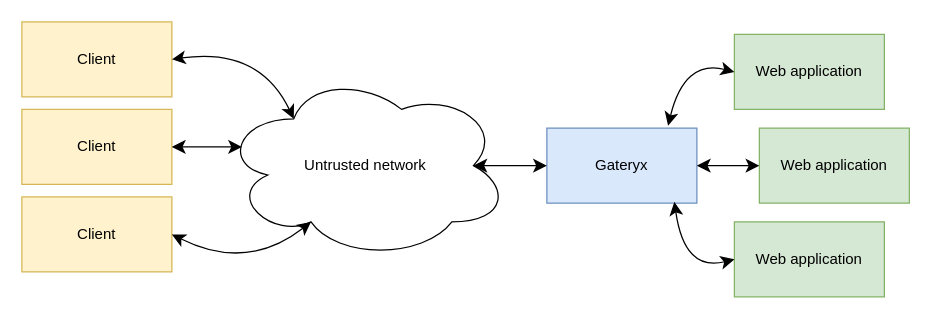
Before: gateryx/images/schema.drawio in alttch/bma-info, a draw.io diagram. Source tidied: cells renumbered, new cells numbered last; positions are measured from the earlier drawing's top-left corner, leaving out a move shared by most shapes. Both pictures are drawn from the tidied source at 125%, with x=0, y=0 at pixel (21, 21).
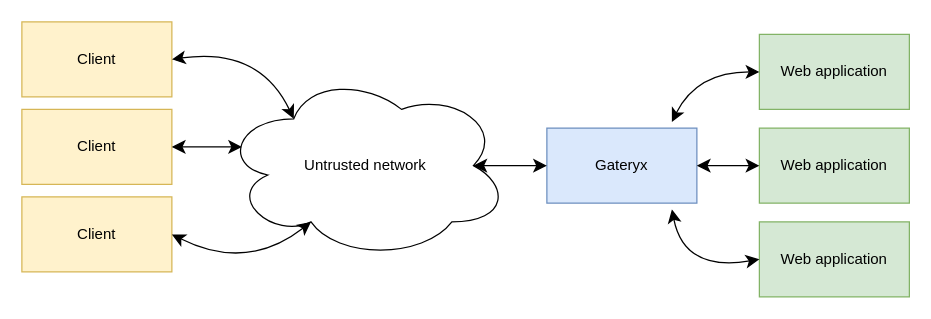
Above is the later version.

The change refers to these unchanged cells:
```xml
<mxCell id="9" value="Gateryx" style="rounded=0;whiteSpace=wrap;html=1;fillColor=#dae8fc;strokeColor=#6c8ebf;" parent="1" vertex="1">
  <mxGeometry x="420" y="85" width="120" height="60" as="geometry" />
</mxCell>
```

Diff of the diagram source:
```diff
@@
     <mxCell id="10" value="Web application" style="rounded=0;whiteSpace=wrap;html=1;fillColor=#d5e8d4;strokeColor=#82b366;" parent="1" vertex="1">
-      <mxGeometry x="570" y="10" width="120" height="60" as="geometry" />
+      <mxGeometry x="590" y="10" width="120" height="60" as="geometry" />
     </mxCell>
@@
     <mxCell id="12" value="Web application" style="rounded=0;whiteSpace=wrap;html=1;fillColor=#d5e8d4;strokeColor=#82b366;" parent="1" vertex="1">
-      <mxGeometry x="570" y="160" width="120" height="60" as="geometry" />
+      <mxGeometry x="590" y="160" width="120" height="60" as="geometry" />
     </mxCell>
@@
-    <mxCell id="14" style="endArrow=classic;startArrow=classic;html=1;rounded=0;fontSize=12;startSize=8;endSize=8;curved=1;entryX=0;entryY=0.5;entryDx=0;entryDy=0;exitX=0.808;exitY=-0.033;exitDx=0;exitDy=0;exitPerimeter=0;" parent="1" edge="1" source="9" target="10">
+    <mxCell id="14" style="endArrow=classic;startArrow=classic;html=1;rounded=0;fontSize=12;startSize=8;endSize=8;curved=1;entryX=0;entryY=0.5;entryDx=0;entryDy=0;" parent="1" edge="1" target="10">
       <mxGeometry relative="1" as="geometry">
+        <mxPoint x="520" y="80" as="sourcePoint" />
         <Array as="points">
-          <mxPoint x="530" y="30" />
+          <mxPoint x="540" y="40" />
         </Array>
       </mxGeometry>
     </mxCell>
@@
-    <mxCell id="16" style="endArrow=classic;startArrow=classic;html=1;rounded=0;fontSize=12;startSize=8;endSize=8;curved=1;entryX=0;entryY=0.5;entryDx=0;entryDy=0;exitX=0.85;exitY=0.983;exitDx=0;exitDy=0;exitPerimeter=0;" parent="1" edge="1" source="9" target="12">
+    <mxCell id="16" style="endArrow=classic;startArrow=classic;html=1;rounded=0;fontSize=12;startSize=8;endSize=8;curved=1;entryX=0;entryY=0.5;entryDx=0;entryDy=0;" parent="1" edge="1" target="12">
       <mxGeometry relative="1" as="geometry">
+        <mxPoint x="520" y="150" as="sourcePoint" />
         <Array as="points">
           <mxPoint x="530" y="200" />
         </Array>
       </mxGeometry>
     </mxCell>
```
